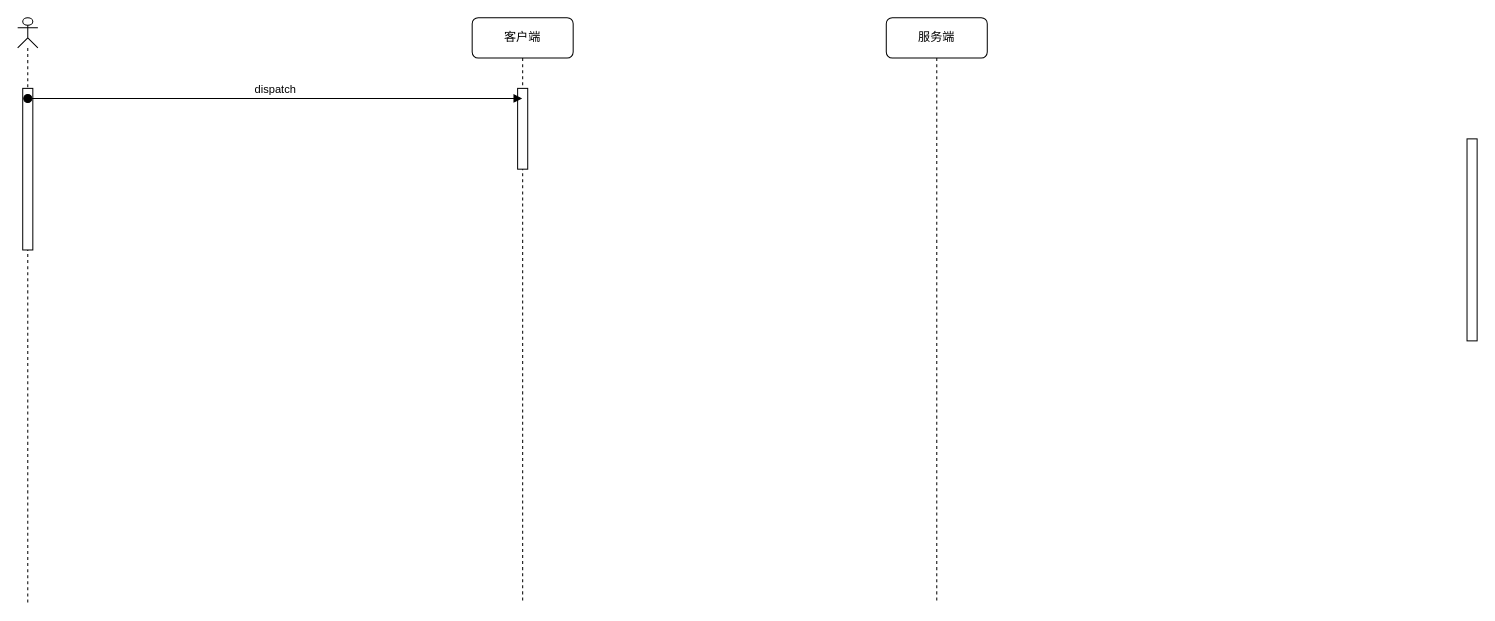
Before: 未命名绘图.drawio in sooxen/drawio, a draw.io diagram. Source tidied: cells renumbered, new cells numbered last; positions are measured from the earlier drawing's top-left corner, leaving out a move shared by most shapes. Both pictures are drawn from the tidied source at 101%, with x=0, y=0 at pixel (17, 17).
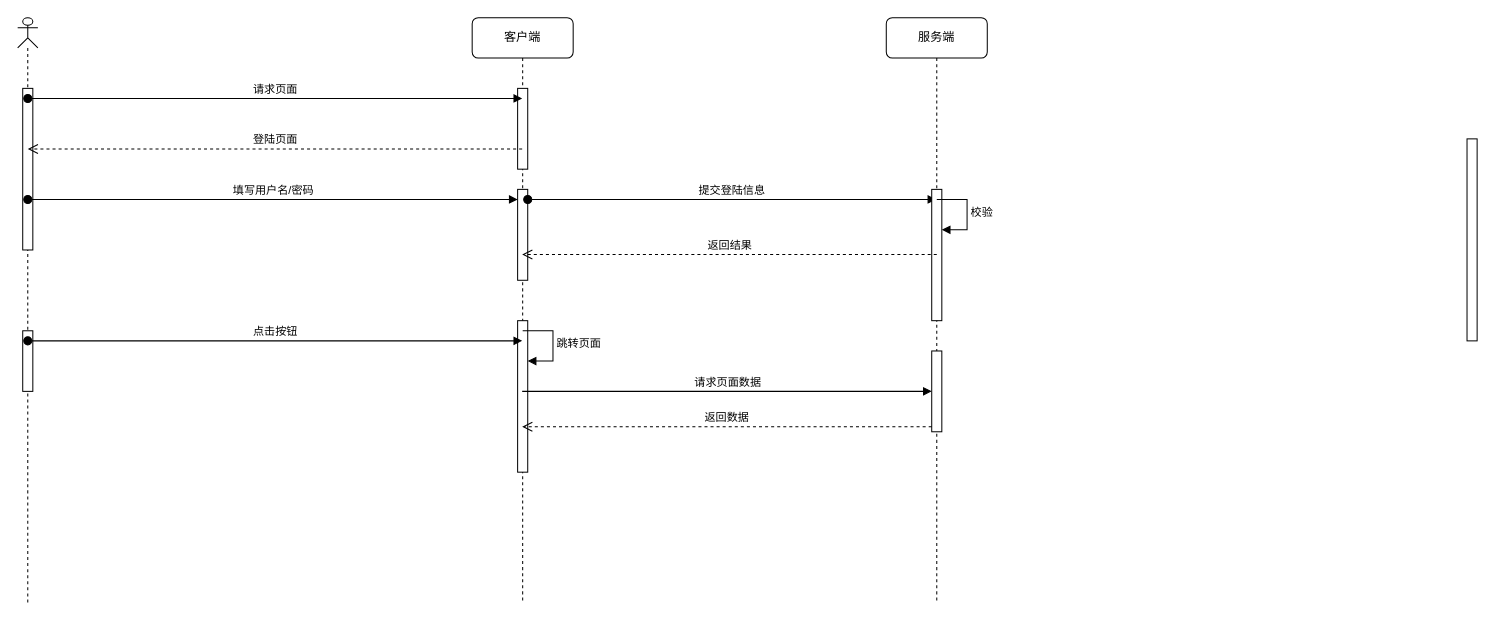
After the change.

Commit message:
更新未命名绘图.drawio

The change refers to these unchanged cells:
```xml
<mxCell id="2" value="客户端" style="shape=umlLifeline;perimeter=lifelinePerimeter;whiteSpace=wrap;html=1;outlineConnect=0;rounded=1;shadow=0;comic=0;labelBackgroundColor=none;strokeWidth=1;fontFamily=Verdana;fontSize=12;align=center;" parent="1" vertex="1">
  <mxGeometry x="450" width="100" height="580" as="geometry" />
</mxCell>
<mxCell id="4" value="服务端" style="shape=umlLifeline;perimeter=lifelinePerimeter;whiteSpace=wrap;html=1;outlineConnect=0;rounded=1;shadow=0;comic=0;labelBackgroundColor=none;strokeWidth=1;fontFamily=Verdana;fontSize=12;align=center;" parent="1" vertex="1">
  <mxGeometry x="860" width="100" height="580" as="geometry" />
</mxCell>
<mxCell id="6" style="shape=umlLifeline;perimeter=lifelinePerimeter;whiteSpace=wrap;html=1;newEdgeStyle={&quot;curved&quot;:0,&quot;rounded&quot;:0};participant=umlActor;size=30;" parent="1" vertex="1">
  <mxGeometry width="20" height="580" as="geometry" />
</mxCell>
```

The edit, as a diff of the source:
```diff
@@
+    <mxCell id="9" style="html=1;points=[[0,0,0,0,5],[0,1,0,0,-5],[1,0,0,0,5],[1,1,0,0,-5]];perimeter=orthogonalPerimeter;outlineConnect=0;targetShapes=umlLifeline;portConstraint=eastwest;newEdgeStyle={&quot;curved&quot;:0,&quot;rounded&quot;:0};" parent="2" vertex="1">
+      <mxGeometry x="45" y="170" width="10" height="90" as="geometry" />
+    </mxCell>
+    <mxCell id="10" value="提交登陆信息" style="html=1;verticalAlign=bottom;startArrow=oval;startFill=1;endArrow=block;startSize=8;curved=0;rounded=0;" parent="2" edge="1" target="4">
+      <mxGeometry relative="1" as="geometry">
+        <mxPoint x="55" y="180" as="sourcePoint" />
+      </mxGeometry>
+    </mxCell>
+    <mxCell id="11" style="html=1;perimeter=orthogonalPerimeter;targetShapes=umlLifeline;newEdgeStyle={&quot;curved&quot;:0,&quot;rounded&quot;:0};" parent="2" vertex="1">
+      <mxGeometry x="45" y="300" width="10" height="150" as="geometry" />
+    </mxCell>
+    <mxCell id="12" value="跳转页面" style="html=1;align=left;spacingLeft=2;endArrow=block;rounded=0;edgeStyle=orthogonalEdgeStyle;curved=0;rounded=0;" parent="2" edge="1">
+      <mxGeometry relative="1" as="geometry">
+        <mxPoint x="50" y="310" as="sourcePoint" />
+        <mxPoint x="55" y="340" as="targetPoint" />
+        <Array as="points">
+          <mxPoint x="80" y="340" />
+        </Array>
+      </mxGeometry>
+    </mxCell>
@@
+    <mxCell id="13" style="html=1;points=[[0,0,0,0,5],[0,1,0,0,-5],[1,0,0,0,5],[1,1,0,0,-5]];perimeter=orthogonalPerimeter;outlineConnect=0;targetShapes=umlLifeline;portConstraint=eastwest;newEdgeStyle={&quot;curved&quot;:0,&quot;rounded&quot;:0};" parent="4" vertex="1">
+      <mxGeometry x="45" y="170" width="10" height="130" as="geometry" />
+    </mxCell>
+    <mxCell id="14" value="校验" style="html=1;align=left;spacingLeft=2;endArrow=block;rounded=0;edgeStyle=orthogonalEdgeStyle;curved=0;rounded=0;" parent="4" edge="1" target="13">
+      <mxGeometry relative="1" as="geometry">
+        <mxPoint x="50" y="180" as="sourcePoint" />
+        <Array as="points">
+          <mxPoint x="80" y="210" />
+        </Array>
+      </mxGeometry>
+    </mxCell>
+    <mxCell id="15" style="html=1;points=[[0,0,0,0,5],[0,1,0,0,-5],[1,0,0,0,5],[1,1,0,0,-5]];perimeter=orthogonalPerimeter;outlineConnect=0;targetShapes=umlLifeline;portConstraint=eastwest;newEdgeStyle={&quot;curved&quot;:0,&quot;rounded&quot;:0};" parent="4" vertex="1">
+      <mxGeometry x="45" y="330" width="10" height="80" as="geometry" />
+    </mxCell>
@@
+    <mxCell id="16" style="html=1;perimeter=orthogonalPerimeter;targetShapes=umlLifeline;newEdgeStyle={&quot;curved&quot;:0,&quot;rounded&quot;:0};" parent="6" vertex="1">
+      <mxGeometry x="5" y="310" width="10" height="60" as="geometry" />
+    </mxCell>
-    <mxCell id="8" value="dispatch" style="html=1;verticalAlign=bottom;startArrow=oval;startFill=1;endArrow=block;startSize=8;curved=0;rounded=0;" parent="1" edge="1">
+    <mxCell id="8" value="请求页面" style="html=1;verticalAlign=bottom;startArrow=oval;startFill=1;endArrow=block;startSize=8;curved=0;rounded=0;" parent="1" edge="1">
       <mxGeometry relative="1" as="geometry">
         <mxPoint x="10" y="80" as="sourcePoint" />
         <mxPoint x="499.5" y="80" as="targetPoint" />
       </mxGeometry>
     </mxCell>
+    <mxCell id="17" value="登陆页面" style="html=1;verticalAlign=bottom;endArrow=open;dashed=1;endSize=8;curved=0;rounded=0;" parent="1" edge="1" source="2">
+      <mxGeometry relative="1" as="geometry">
+        <mxPoint x="10" y="130" as="targetPoint" />
+      </mxGeometry>
+    </mxCell>
+    <mxCell id="18" value="填写用户名/密码" style="html=1;verticalAlign=bottom;startArrow=oval;startFill=1;endArrow=block;startSize=8;curved=0;rounded=0;" parent="1" edge="1" target="9">
+      <mxGeometry relative="1" as="geometry">
+        <mxPoint x="10" y="180" as="sourcePoint" />
+      </mxGeometry>
+    </mxCell>
+    <mxCell id="19" value="返回结果" style="html=1;verticalAlign=bottom;endArrow=open;dashed=1;endSize=8;curved=0;rounded=0;" parent="1" edge="1" target="2">
+      <mxGeometry relative="1" as="geometry">
+        <mxPoint x="910" y="234.5" as="sourcePoint" />
+      </mxGeometry>
+    </mxCell>
+    <mxCell id="20" value="请求页面数据" style="html=1;verticalAlign=bottom;endArrow=block;curved=0;rounded=0;entryX=0;entryY=0;entryDx=0;entryDy=5;" parent="1" edge="1">
+      <mxGeometry relative="1" as="geometry">
+        <mxPoint x="499.5" y="370" as="sourcePoint" />
+        <mxPoint x="905" y="370" as="targetPoint" />
+        <Array as="points">
+          <mxPoint x="690" y="370" />
+        </Array>
+      </mxGeometry>
+    </mxCell>
+    <mxCell id="21" value="返回数据" style="html=1;verticalAlign=bottom;endArrow=open;dashed=1;endSize=8;curved=0;rounded=0;exitX=0;exitY=1;exitDx=0;exitDy=-5;" parent="1" edge="1" source="15" target="2">
+      <mxGeometry relative="1" as="geometry" />
+    </mxCell>
+    <mxCell id="22" value="点击按钮" style="html=1;verticalAlign=bottom;startArrow=oval;startFill=1;endArrow=block;startSize=8;curved=0;rounded=0;" parent="1" edge="1" target="2">
+      <mxGeometry relative="1" as="geometry">
+        <mxPoint x="10" y="320" as="sourcePoint" />
+      </mxGeometry>
+    </mxCell>
```
